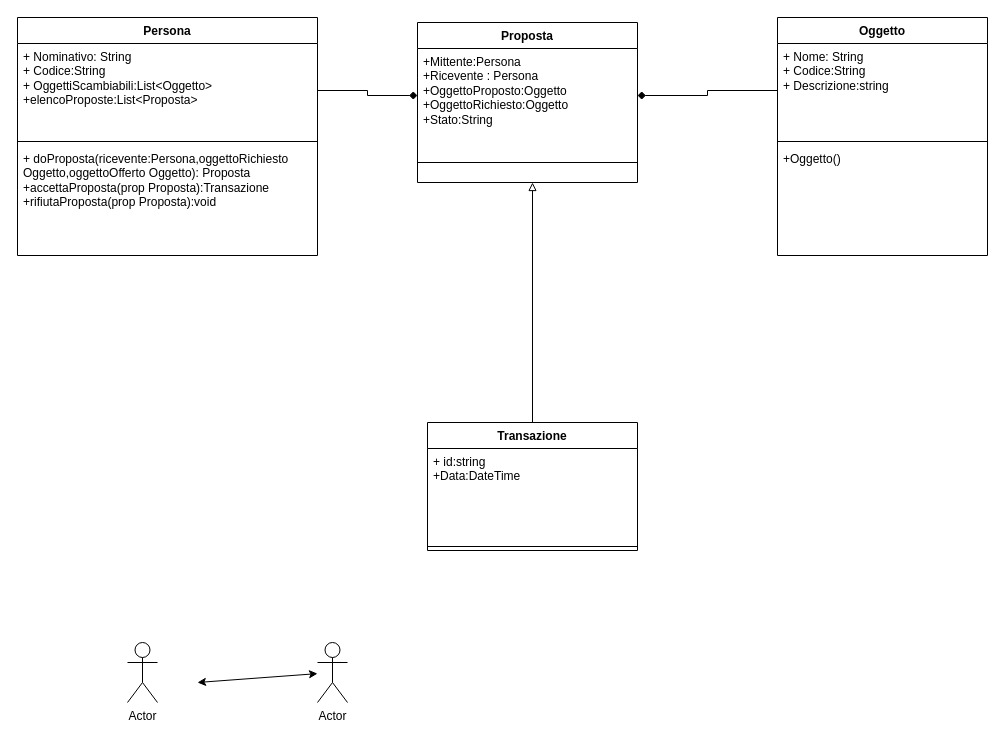
ValerioDezzi/AcademyIENDEM keeps this draw.io diagram as TaskBaratto/UML baratto.drawio. Above is the earlier version. Source tidied: cells renumbered, new cells numbered last; positions are measured from the earlier drawing's top-left corner, leaving out a move shared by most shapes. Both pictures are drawn from the tidied source at 100%, with x=0, y=0 at pixel (17, 17).
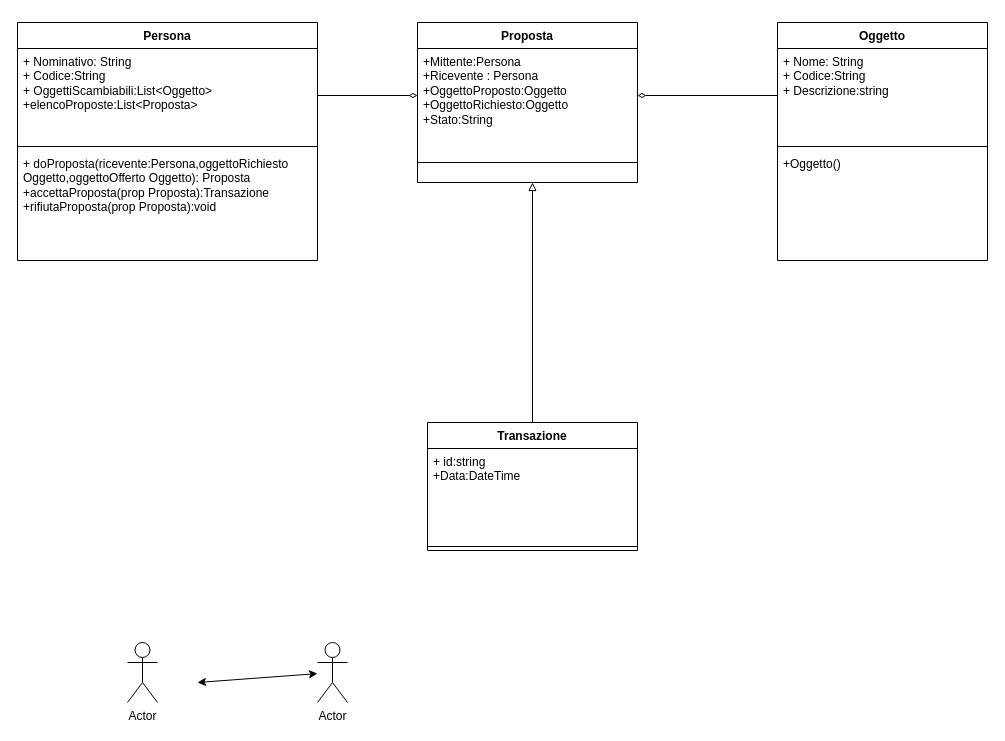
The same diagram, later.

The change refers to these unchanged cells:
```xml
<mxCell id="3" value="+ Nominativo: String&lt;div&gt;+ Codice:String&lt;/div&gt;&lt;div&gt;+ OggettiScambiabili:List&amp;lt;Oggetto&amp;gt;&lt;/div&gt;&lt;div&gt;+elencoProposte:List&amp;lt;Proposta&amp;gt;&lt;br&gt;&lt;/div&gt;" style="text;strokeColor=none;fillColor=none;align=left;verticalAlign=top;spacingLeft=4;spacingRight=4;overflow=hidden;points=[[0,0.5],[1,0.5]];portConstraint=eastwest;whiteSpace=wrap;html=1;" parent="2" vertex="1">
  <mxGeometry y="26" width="300" height="94" as="geometry" />
</mxCell>
<mxCell id="7" value="+Mittente:Persona&lt;div&gt;+Ricevente : Persona&lt;/div&gt;&lt;div&gt;+OggettoProposto:Oggetto&lt;/div&gt;&lt;div&gt;+OggettoRichiesto:Oggetto&lt;br&gt;&lt;/div&gt;&lt;div&gt;+Stato:String&lt;/div&gt;" style="text;strokeColor=none;fillColor=none;align=left;verticalAlign=top;spacingLeft=4;spacingRight=4;overflow=hidden;points=[[0,0.5],[1,0.5]];portConstraint=eastwest;whiteSpace=wrap;html=1;" parent="6" vertex="1">
  <mxGeometry y="26" width="220" height="94" as="geometry" />
</mxCell>
<mxCell id="10" value="+ Nome: String&lt;div&gt;+ Codice:String&lt;/div&gt;&lt;div&gt;+ Descrizione:string&lt;/div&gt;" style="text;strokeColor=none;fillColor=none;align=left;verticalAlign=top;spacingLeft=4;spacingRight=4;overflow=hidden;points=[[0,0.5],[1,0.5]];portConstraint=eastwest;whiteSpace=wrap;html=1;" parent="9" vertex="1">
  <mxGeometry y="26" width="210" height="94" as="geometry" />
</mxCell>
```

What changed in the source:
```diff
@@
     <mxCell id="2" value="Persona" style="swimlane;fontStyle=1;align=center;verticalAlign=top;horizontal=1;startSize=26;whiteSpace=wrap;html=1;" parent="1" vertex="1">
-      <mxGeometry width="300" height="238" as="geometry" />
+      <mxGeometry y="5" width="300" height="238" as="geometry" />
     </mxCell>
@@
     <mxCell id="9" value="Oggetto" style="swimlane;fontStyle=1;align=center;verticalAlign=top;horizontal=1;startSize=26;whiteSpace=wrap;html=1;" parent="1" vertex="1">
-      <mxGeometry x="760" width="210" height="238" as="geometry" />
+      <mxGeometry x="760" y="5" width="210" height="238" as="geometry" />
     </mxCell>
@@
-    <mxCell id="20" style="edgeStyle=orthogonalEdgeStyle;rounded=0;jettySize=auto;html=1;entryX=1;entryY=0.5;entryDx=0;entryDy=0;endArrow=diamond;endFill=1;" parent="1" edge="1" source="10" target="7">
+    <mxCell id="20" style="edgeStyle=orthogonalEdgeStyle;rounded=0;jettySize=auto;html=1;entryX=1;entryY=0.5;entryDx=0;entryDy=0;endArrow=diamondThin;endFill=0;" parent="1" edge="1" source="10" target="7">
       <mxGeometry relative="1" as="geometry" />
     </mxCell>
-    <mxCell id="21" style="edgeStyle=orthogonalEdgeStyle;rounded=0;jettySize=auto;html=1;entryX=0;entryY=0.5;entryDx=0;entryDy=0;endArrow=diamond;endFill=1;" parent="1" edge="1" source="3" target="7">
+    <mxCell id="21" style="edgeStyle=orthogonalEdgeStyle;rounded=0;jettySize=auto;html=1;entryX=0;entryY=0.5;entryDx=0;entryDy=0;endArrow=diamondThin;endFill=0;" parent="1" edge="1" source="3" target="7">
       <mxGeometry relative="1" as="geometry" />
     </mxCell>
```
